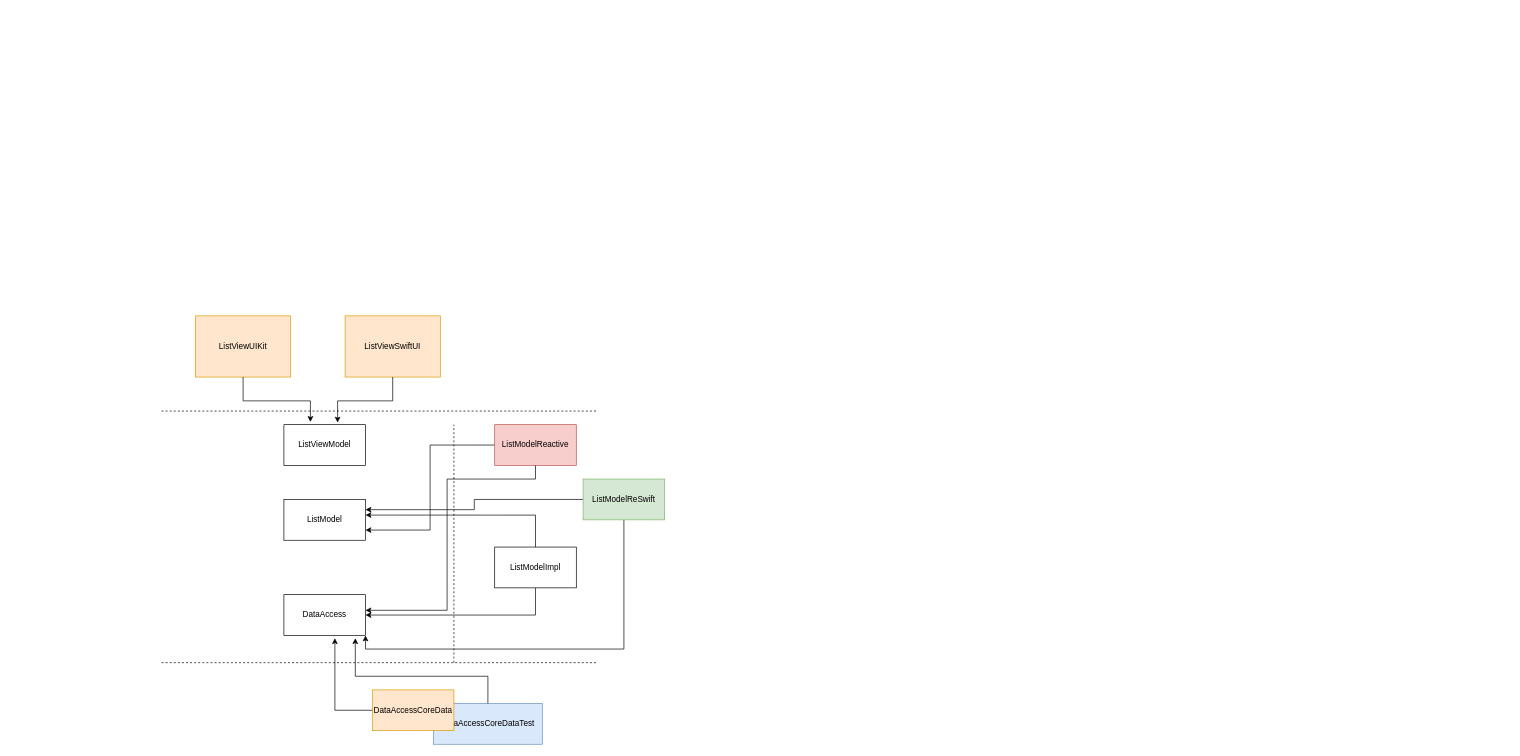
This is todolist-app.drawio from yyasutakee/uml-todoapp, a draw.io file, before an edit. Source tidied: cells renumbered, new cells numbered last; positions are measured from the earlier drawing's top-left corner, leaving out a move shared by most shapes. Both pictures are drawn from the tidied source at 68%, with x=0, y=0 at pixel (161, 316).
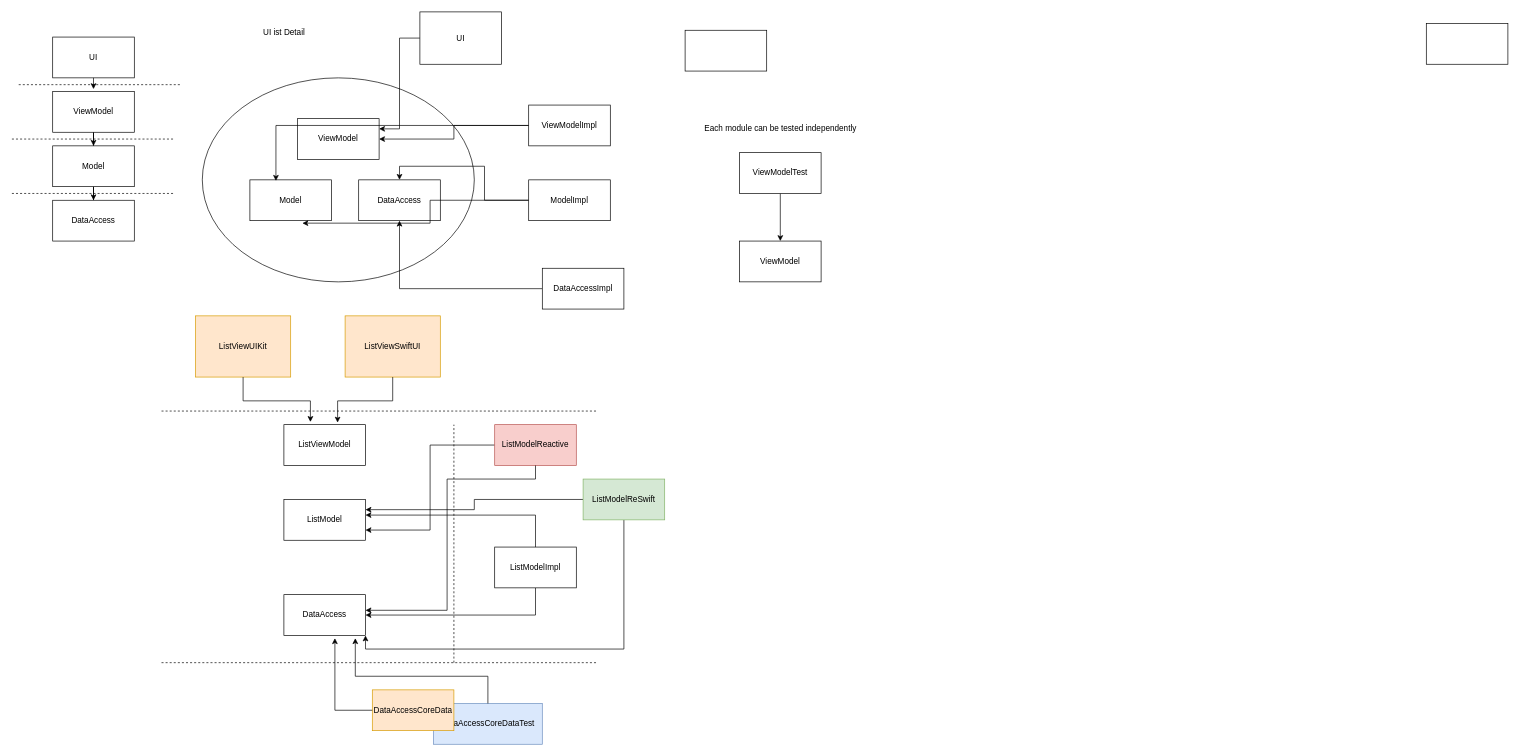
The same page after the edit.

Change to the diagram source:
```diff
@@
+    <mxCell id="25" style="ellipse;whiteSpace=wrap;html=1;" parent="1" vertex="1">
+      <mxGeometry x="60" y="-350" width="400" height="300" as="geometry" />
+    </mxCell>
@@
+    <mxCell id="26" value="UI" style="rounded=0;whiteSpace=wrap;html=1;" parent="1" vertex="1">
+      <mxGeometry x="-160" y="-410" width="120" height="60" as="geometry" />
+    </mxCell>
+    <mxCell id="27" style="edgeStyle=orthogonalEdgeStyle;rounded=0;jettySize=auto;html=1;entryX=0.5;entryY=0;entryDx=0;entryDy=0;" parent="1" edge="1" source="28" target="30">
+      <mxGeometry relative="1" as="geometry" />
+    </mxCell>
+    <mxCell id="28" value="ViewModel" style="rounded=0;whiteSpace=wrap;html=1;" parent="1" vertex="1">
+      <mxGeometry x="-160" y="-330" width="120" height="60" as="geometry" />
+    </mxCell>
+    <mxCell id="29" style="edgeStyle=orthogonalEdgeStyle;rounded=0;jettySize=auto;html=1;entryX=0.5;entryY=0;entryDx=0;entryDy=0;" parent="1" edge="1" source="30" target="31">
+      <mxGeometry relative="1" as="geometry" />
+    </mxCell>
+    <mxCell id="30" value="Model" style="rounded=0;whiteSpace=wrap;html=1;" parent="1" vertex="1">
+      <mxGeometry x="-160" y="-250" width="120" height="60" as="geometry" />
+    </mxCell>
+    <mxCell id="31" value="DataAccess" style="rounded=0;whiteSpace=wrap;html=1;" parent="1" vertex="1">
+      <mxGeometry x="-160" y="-170" width="120" height="60" as="geometry" />
+    </mxCell>
+    <mxCell id="32" style="endArrow=none;dashed=1;html=1;rounded=0;" parent="1" edge="1">
+      <mxGeometry relative="1" as="geometry">
+        <mxPoint x="-210" y="-340" as="sourcePoint" />
+        <mxPoint x="30" y="-340" as="targetPoint" />
+      </mxGeometry>
+    </mxCell>
+    <mxCell id="33" style="endArrow=none;dashed=1;html=1;rounded=0;" parent="1" edge="1">
+      <mxGeometry relative="1" as="geometry">
+        <mxPoint x="-220" y="-260" as="sourcePoint" />
+        <mxPoint x="20" y="-260" as="targetPoint" />
+      </mxGeometry>
+    </mxCell>
+    <mxCell id="34" style="endArrow=none;dashed=1;html=1;rounded=0;" parent="1" edge="1">
+      <mxGeometry relative="1" as="geometry">
+        <mxPoint x="-220" y="-180" as="sourcePoint" />
+        <mxPoint x="20" y="-180" as="targetPoint" />
+      </mxGeometry>
+    </mxCell>
+    <mxCell id="35" style="edgeStyle=orthogonalEdgeStyle;rounded=0;jettySize=auto;html=1;exitX=0.5;exitY=1;exitDx=0;exitDy=0;entryX=0.5;entryY=-0.057;entryDx=0;entryDy=0;entryPerimeter=0;" parent="1" edge="1" source="26" target="28">
+      <mxGeometry relative="1" as="geometry" />
+    </mxCell>
+    <mxCell id="36" value="ViewModel" style="rounded=0;whiteSpace=wrap;html=1;" parent="1" vertex="1">
+      <mxGeometry x="200" y="-290" width="120" height="60" as="geometry" />
+    </mxCell>
+    <mxCell id="37" value="Model" style="rounded=0;whiteSpace=wrap;html=1;" parent="1" vertex="1">
+      <mxGeometry x="130" y="-200" width="120" height="60" as="geometry" />
+    </mxCell>
+    <mxCell id="38" value="DataAccess" style="rounded=0;whiteSpace=wrap;html=1;" parent="1" vertex="1">
+      <mxGeometry x="290" y="-200" width="120" height="60" as="geometry" />
+    </mxCell>
+    <mxCell id="39" value="UI ist Detail" style="text;html=1;align=center;verticalAlign=middle;strokeColor=none;fillColor=none;" parent="1" vertex="1">
+      <mxGeometry x="140" y="-432" width="80" height="30" as="geometry" />
+    </mxCell>
+    <mxCell id="40" style="edgeStyle=orthogonalEdgeStyle;rounded=0;jettySize=auto;html=1;entryX=1;entryY=0.25;entryDx=0;entryDy=0;" parent="1" edge="1" source="41" target="36">
+      <mxGeometry relative="1" as="geometry" />
+    </mxCell>
+    <mxCell id="41" value="UI" style="rounded=0;whiteSpace=wrap;html=1;" parent="1" vertex="1">
+      <mxGeometry x="380" y="-447" width="120" height="77" as="geometry" />
+    </mxCell>
+    <mxCell id="42" style="edgeStyle=orthogonalEdgeStyle;rounded=0;jettySize=auto;html=1;" parent="1" edge="1" source="43" target="36">
+      <mxGeometry relative="1" as="geometry" />
+    </mxCell>
+    <mxCell id="43" value="ViewModelImpl" style="rounded=0;whiteSpace=wrap;html=1;" parent="1" vertex="1">
+      <mxGeometry x="540" y="-310" width="120" height="60" as="geometry" />
+    </mxCell>
+    <mxCell id="44" style="edgeStyle=orthogonalEdgeStyle;rounded=0;jettySize=auto;html=1;entryX=0.319;entryY=0.025;entryDx=0;entryDy=0;entryPerimeter=0;" parent="1" edge="1" source="43" target="37">
+      <mxGeometry relative="1" as="geometry" />
+    </mxCell>
+    <mxCell id="45" style="edgeStyle=orthogonalEdgeStyle;rounded=0;jettySize=auto;html=1;entryX=0.5;entryY=0;entryDx=0;entryDy=0;" parent="1" edge="1" source="46" target="38">
+      <mxGeometry relative="1" as="geometry" />
+    </mxCell>
+    <mxCell id="46" value="ModelImpl" style="rounded=0;whiteSpace=wrap;html=1;" parent="1" vertex="1">
+      <mxGeometry x="540" y="-200" width="120" height="60" as="geometry" />
+    </mxCell>
+    <mxCell id="47" style="edgeStyle=orthogonalEdgeStyle;rounded=0;jettySize=auto;html=1;entryX=0.643;entryY=1.061;entryDx=0;entryDy=0;entryPerimeter=0;" parent="1" edge="1" source="46" target="37">
+      <mxGeometry relative="1" as="geometry" />
+    </mxCell>
+    <mxCell id="48" style="edgeStyle=orthogonalEdgeStyle;rounded=0;jettySize=auto;html=1;exitX=0;exitY=0.5;exitDx=0;exitDy=0;" parent="1" edge="1" source="49" target="38">
+      <mxGeometry relative="1" as="geometry" />
+    </mxCell>
+    <mxCell id="49" value="DataAccessImpl" style="rounded=0;whiteSpace=wrap;html=1;" parent="1" vertex="1">
+      <mxGeometry x="560" y="-70" width="120" height="60" as="geometry" />
+    </mxCell>
+    <mxCell id="50" style="rounded=0;whiteSpace=wrap;html=1;" parent="1" vertex="1">
+      <mxGeometry x="1860" y="-430" width="120" height="60" as="geometry" />
+    </mxCell>
+    <mxCell id="51" style="rounded=0;whiteSpace=wrap;html=1;" parent="1" vertex="1">
+      <mxGeometry x="770" y="-420" width="120" height="60" as="geometry" />
+    </mxCell>
+    <mxCell id="52" value="ViewModel" style="rounded=0;whiteSpace=wrap;html=1;" parent="1" vertex="1">
+      <mxGeometry x="850" y="-110" width="120" height="60" as="geometry" />
+    </mxCell>
+    <mxCell id="53" style="edgeStyle=orthogonalEdgeStyle;rounded=0;jettySize=auto;html=1;entryX=0.5;entryY=0;entryDx=0;entryDy=0;" parent="1" edge="1" source="54" target="52">
+      <mxGeometry relative="1" as="geometry" />
+    </mxCell>
+    <mxCell id="54" value="ViewModelTest" style="rounded=0;whiteSpace=wrap;html=1;" parent="1" vertex="1">
+      <mxGeometry x="850" y="-240" width="120" height="60" as="geometry" />
+    </mxCell>
+    <mxCell id="55" value="Each module can be tested independently" style="text;html=1;align=center;verticalAlign=middle;strokeColor=none;fillColor=none;" parent="1" vertex="1">
+      <mxGeometry x="785" y="-290" width="250" height="30" as="geometry" />
+    </mxCell>
```
